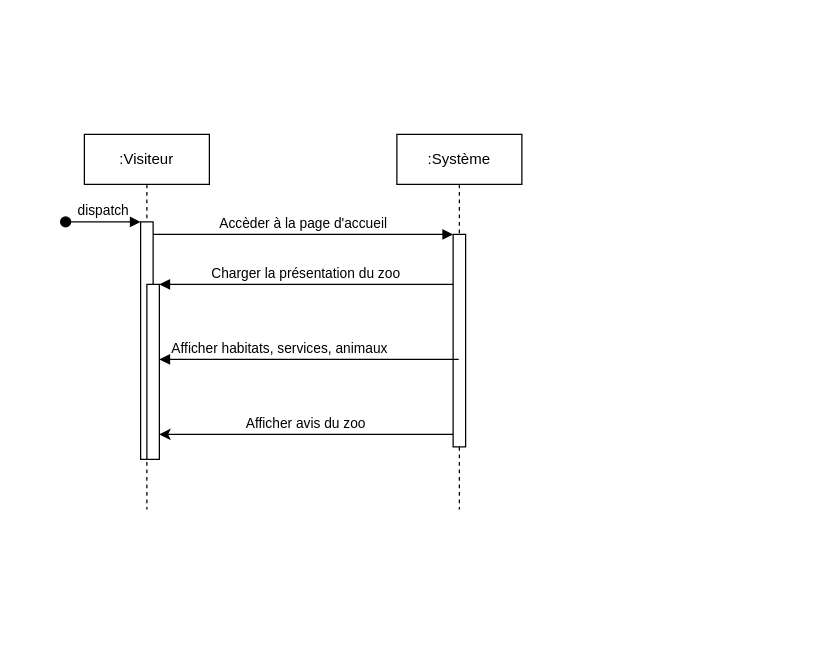
Above: Diagramme sans nom.drawio in SelEli/zooarcadia (draw.io), before the change. Source tidied: cells renumbered, new cells numbered last; positions are measured from the earlier drawing's top-left corner, leaving out a move shared by most shapes. Both pictures are drawn from the tidied source at 125%, with x=0, y=0 at pixel (65, 134).
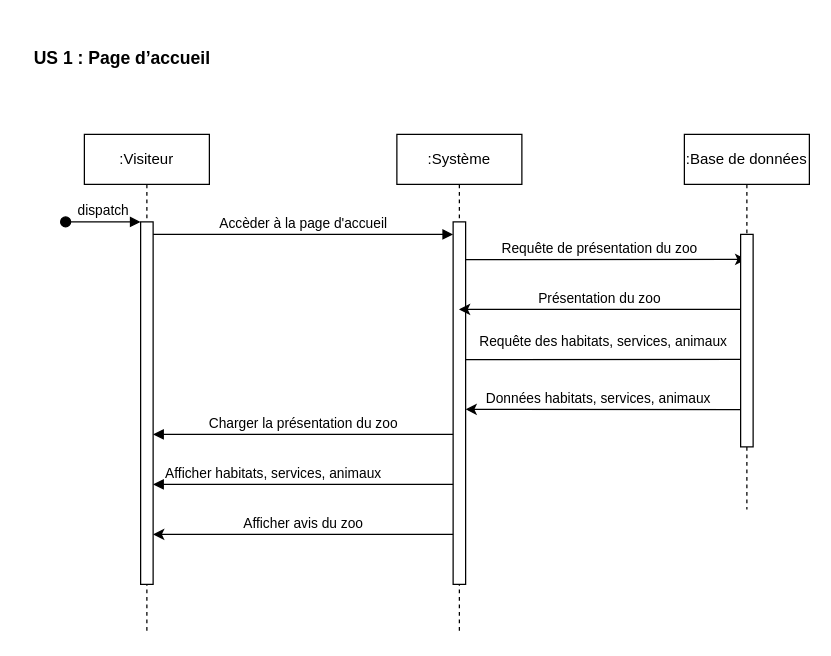
Above is the later version.

Commit message (it also covers changes not shown here):
Mettre à jour Diagramme sans nom.drawio

What changed in the source:
```diff
@@
     <mxCell id="2" value=":Visiteur" style="shape=umlLifeline;perimeter=lifelinePerimeter;whiteSpace=wrap;html=1;newEdgeStyle={&quot;edgeStyle&quot;:&quot;elbowEdgeStyle&quot;,&quot;elbow&quot;:&quot;vertical&quot;,&quot;curved&quot;:0,&quot;rounded&quot;:0};" parent="1" vertex="1">
-      <mxGeometry x="15" width="100" height="300" as="geometry" />
+      <mxGeometry x="15" width="100" height="400" as="geometry" />
     </mxCell>
     <mxCell id="3" style="html=1;points=[];perimeter=orthogonalPerimeter;outlineConnect=0;targetShapes=umlLifeline;portConstraint=eastwest;newEdgeStyle={&quot;edgeStyle&quot;:&quot;elbowEdgeStyle&quot;,&quot;elbow&quot;:&quot;vertical&quot;,&quot;curved&quot;:0,&quot;rounded&quot;:0};" parent="2" vertex="1">
-      <mxGeometry x="45" y="70" width="10" height="190" as="geometry" />
+      <mxGeometry x="45" y="70" width="10" height="290" as="geometry" />
     </mxCell>
@@
-    <mxCell id="5" style="html=1;points=[];perimeter=orthogonalPerimeter;outlineConnect=0;targetShapes=umlLifeline;portConstraint=eastwest;newEdgeStyle={&quot;edgeStyle&quot;:&quot;elbowEdgeStyle&quot;,&quot;elbow&quot;:&quot;vertical&quot;,&quot;curved&quot;:0,&quot;rounded&quot;:0};" parent="2" vertex="1">
-      <mxGeometry x="50" y="120" width="10" height="140" as="geometry" />
-    </mxCell>
+    <mxCell id="13" style="edgeStyle=elbowEdgeStyle;rounded=0;orthogonalLoop=1;jettySize=auto;html=1;elbow=vertical;curved=0;" parent="1" edge="1">
+      <mxGeometry relative="1" as="geometry">
+        <mxPoint x="314.7" y="100.2" as="sourcePoint" />
+        <mxPoint x="544.5" y="100.2" as="targetPoint" />
+      </mxGeometry>
+    </mxCell>
+    <mxCell id="14" value="&lt;span&gt;Requête &lt;/span&gt;&lt;span&gt;de &lt;/span&gt;&lt;span&gt;présentation &lt;/span&gt;&lt;span&gt;du &lt;/span&gt;&lt;span&gt;zoo&lt;/span&gt;" style="edgeLabel;html=1;align=center;verticalAlign=middle;" parent="13" vertex="1">
+      <mxGeometry x="-0.17" y="1" relative="1" as="geometry">
+        <mxPoint x="16" y="-9" as="offset" />
+      </mxGeometry>
+    </mxCell>
+    <mxCell id="15" style="edgeStyle=elbowEdgeStyle;rounded=0;orthogonalLoop=1;jettySize=auto;html=1;elbow=vertical;curved=0;" parent="1" edge="1">
+      <mxGeometry relative="1" as="geometry">
+        <mxPoint x="320" y="180.2" as="sourcePoint" />
+        <mxPoint x="549.8" y="180.2" as="targetPoint" />
+      </mxGeometry>
+    </mxCell>
+    <mxCell id="16" value="&lt;span&gt;Requête &lt;/span&gt;&lt;span&gt;des &lt;/span&gt;&lt;span&gt;habitats, &lt;/span&gt;&lt;span&gt;services, &lt;/span&gt;&lt;span&gt;animaux&lt;/span&gt;" style="edgeLabel;html=1;align=center;verticalAlign=middle;" parent="15" vertex="1">
+      <mxGeometry x="0.08" y="3" relative="1" as="geometry">
+        <mxPoint x="-14" y="-12" as="offset" />
+      </mxGeometry>
+    </mxCell>
     <mxCell id="6" value=":Système" style="shape=umlLifeline;perimeter=lifelinePerimeter;whiteSpace=wrap;html=1;outlineConnect=0;portConstraint=eastwest;newEdgeStyle={&quot;edgeStyle&quot;:&quot;elbowEdgeStyle&quot;,&quot;elbow&quot;:&quot;vertical&quot;,&quot;curved&quot;:0,&quot;rounded&quot;:0};" parent="1" vertex="1">
-      <mxGeometry x="265" width="100" height="300" as="geometry" />
+      <mxGeometry x="265" width="100" height="400" as="geometry" />
     </mxCell>
     <mxCell id="7" style="html=1;points=[];perimeter=orthogonalPerimeter;outlineConnect=0;targetShapes=umlLifeline;portConstraint=eastwest;newEdgeStyle={&quot;edgeStyle&quot;:&quot;elbowEdgeStyle&quot;,&quot;elbow&quot;:&quot;vertical&quot;,&quot;curved&quot;:0,&quot;rounded&quot;:0};" parent="6" vertex="1">
-      <mxGeometry x="45" y="80" width="10" height="170" as="geometry" />
+      <mxGeometry x="45" y="70" width="10" height="290" as="geometry" />
     </mxCell>
@@
-    <mxCell id="9" value="&lt;span&gt;Charger &lt;/span&gt;&lt;span&gt;la &lt;/span&gt;&lt;span&gt;présentation &lt;/span&gt;&lt;span&gt;du &lt;/span&gt;&lt;span&gt;zoo&lt;/span&gt;" style="html=1;verticalAlign=bottom;endArrow=block;edgeStyle=elbowEdgeStyle;elbow=vertical;curved=0;rounded=0;" parent="1" edge="1" source="7" target="5">
+    <mxCell id="9" value="&lt;span&gt;Charger &lt;/span&gt;&lt;span&gt;la &lt;/span&gt;&lt;span&gt;présentation &lt;/span&gt;&lt;span&gt;du &lt;/span&gt;&lt;span&gt;zoo&lt;/span&gt;" style="html=1;verticalAlign=bottom;endArrow=block;edgeStyle=elbowEdgeStyle;elbow=vertical;curved=0;rounded=0;" parent="1" edge="1" target="3">
       <mxGeometry relative="1" as="geometry">
+        <mxPoint x="310" y="240" as="sourcePoint" />
         <Array as="points">
-          <mxPoint x="165" y="120" />
+          <mxPoint x="165" y="240" />
         </Array>
       </mxGeometry>
     </mxCell>
-    <mxCell id="10" value="&lt;span&gt;Afficher &lt;/span&gt;&lt;span&gt;habitats, &lt;/span&gt;&lt;span&gt;services, &lt;/span&gt;&lt;span&gt;animaux&lt;/span&gt;" style="html=1;verticalAlign=bottom;endArrow=block;edgeStyle=elbowEdgeStyle;elbow=vertical;curved=0;rounded=0;" parent="1" edge="1" source="6" target="5">
+    <mxCell id="10" value="&lt;span&gt;Afficher &lt;/span&gt;&lt;span&gt;habitats, &lt;/span&gt;&lt;span&gt;services, &lt;/span&gt;&lt;span&gt;animaux&lt;/span&gt;" style="html=1;verticalAlign=bottom;endArrow=block;edgeStyle=elbowEdgeStyle;elbow=vertical;curved=0;rounded=0;" parent="1" edge="1" source="7" target="3">
       <mxGeometry x="0.2" relative="1" as="geometry">
         <Array as="points">
-          <mxPoint x="125" y="180" />
+          <mxPoint x="115" y="280" />
         </Array>
       </mxGeometry>
     </mxCell>
-    <mxCell id="11" style="endArrow=classic;html=1;rounded=0;" parent="1" edge="1">
+    <mxCell id="11" style="endArrow=classic;html=1;rounded=0;" parent="1" edge="1" target="3">
       <mxGeometry relative="1" as="geometry">
-        <mxPoint x="310" y="240" as="sourcePoint" />
-        <mxPoint x="75" y="240" as="targetPoint" />
+        <mxPoint x="310" y="320" as="sourcePoint" />
       </mxGeometry>
     </mxCell>
@@
+    <mxCell id="17" value=":Base de données" style="shape=umlLifeline;perimeter=lifelinePerimeter;whiteSpace=wrap;html=1;newEdgeStyle={&quot;edgeStyle&quot;:&quot;elbowEdgeStyle&quot;,&quot;elbow&quot;:&quot;vertical&quot;,&quot;curved&quot;:0,&quot;rounded&quot;:0};" parent="1" vertex="1">
+      <mxGeometry x="495" width="100" height="300" as="geometry" />
+    </mxCell>
+    <mxCell id="18" style="html=1;perimeter=orthogonalPerimeter;targetShapes=umlLifeline;newEdgeStyle={&quot;edgeStyle&quot;:&quot;elbowEdgeStyle&quot;,&quot;elbow&quot;:&quot;vertical&quot;,&quot;curved&quot;:0,&quot;rounded&quot;:0};" parent="17" vertex="1">
+      <mxGeometry x="45" y="80" width="10" height="170" as="geometry" />
+    </mxCell>
+    <mxCell id="19" style="edgeStyle=elbowEdgeStyle;rounded=0;orthogonalLoop=1;jettySize=auto;html=1;elbow=horizontal;curved=0;" parent="1" edge="1">
+      <mxGeometry relative="1" as="geometry">
+        <mxPoint x="540" y="140" as="sourcePoint" />
+        <mxPoint x="314.7" y="140" as="targetPoint" />
+      </mxGeometry>
+    </mxCell>
+    <mxCell id="20" value="&lt;span&gt;Présentation &lt;/span&gt;&lt;span&gt;du &lt;/span&gt;&lt;span&gt;zoo&lt;/span&gt;" style="edgeLabel;html=1;align=center;verticalAlign=middle;" parent="19" vertex="1">
+      <mxGeometry x="0.13" y="-1" relative="1" as="geometry">
+        <mxPoint x="13" y="-9" as="offset" />
+      </mxGeometry>
+    </mxCell>
+    <mxCell id="21" style="edgeStyle=elbowEdgeStyle;rounded=0;orthogonalLoop=1;jettySize=auto;html=1;elbow=vertical;curved=0;" parent="1" edge="1">
+      <mxGeometry relative="1" as="geometry">
+        <mxPoint x="540" y="220.2" as="sourcePoint" />
+        <mxPoint x="320" y="220.2" as="targetPoint" />
+      </mxGeometry>
+    </mxCell>
+    <mxCell id="22" value="&lt;span&gt;Données &lt;/span&gt;&lt;span&gt;habitats, &lt;/span&gt;&lt;span&gt;services, &lt;/span&gt;&lt;span&gt;animaux&lt;/span&gt;" style="edgeLabel;html=1;align=center;verticalAlign=middle;" parent="21" vertex="1">
+      <mxGeometry x="0.2" y="-3" relative="1" as="geometry">
+        <mxPoint x="17" y="-7" as="offset" />
+      </mxGeometry>
+    </mxCell>
+    <mxCell id="23" value="&lt;h3&gt;US 1 : Page d’accueil&lt;/h3&gt;&lt;h4&gt;&lt;/h4&gt;" style="text;html=1;align=center;verticalAlign=middle;strokeColor=none;fillColor=none;" parent="1" vertex="1">
+      <mxGeometry x="-35" y="-90" width="160" height="60" as="geometry" />
+    </mxCell>
```
